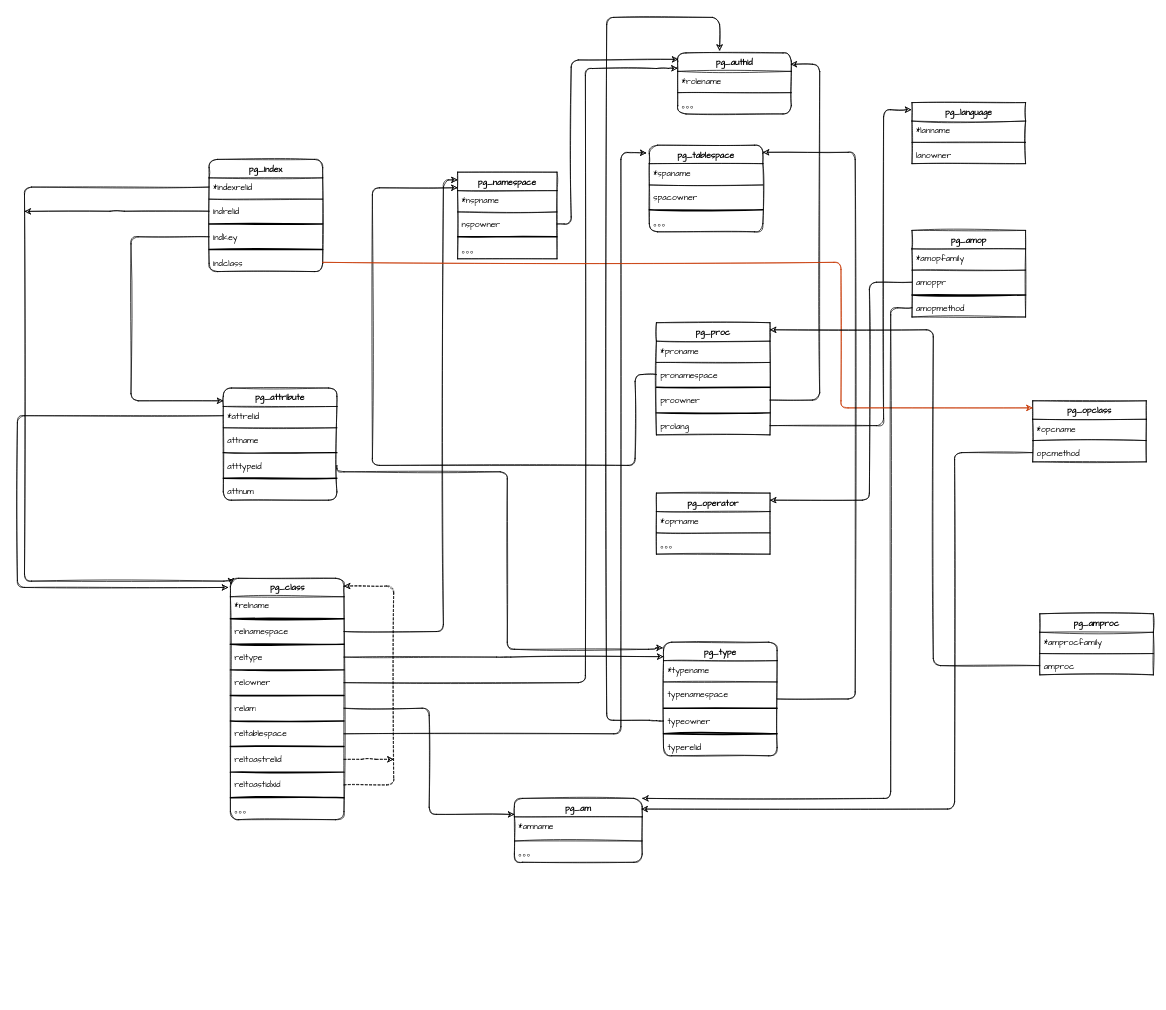
Before: Untitled Diagram.drawio in nullemp/algorithm-visualizer, a draw.io diagram. Source tidied: cells renumbered, new cells numbered last; positions are measured from the earlier drawing's top-left corner, leaving out a move shared by most shapes. Both pictures are drawn from the tidied source at 71%, with x=0, y=0 at pixel (17, 17).
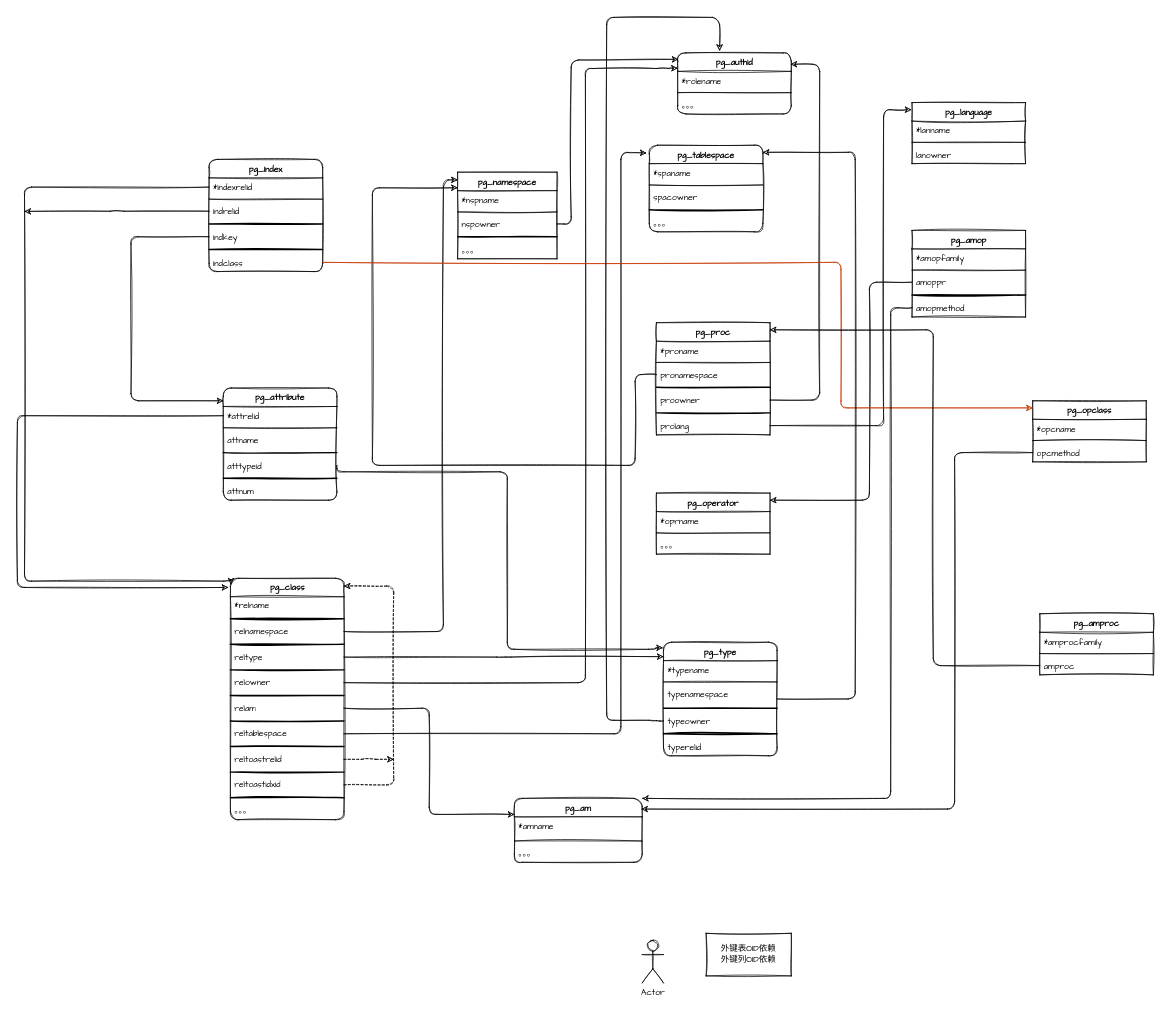
Above is the later version.

The edit, as a diff of the source:
```diff
@@
+    <mxCell id="117" value="Actor" style="shape=umlActor;verticalLabelPosition=bottom;verticalAlign=top;html=1;rounded=0;shadow=0;glass=0;sketch=1;fontFamily=Comic Sans MS;fontSize=12;" parent="1" vertex="1">
+      <mxGeometry x="880" y="1300" width="30" height="60" as="geometry" />
+    </mxCell>
+    <mxCell id="118" value="外键表OID依赖&lt;br&gt;外键列OID依赖" style="whiteSpace=wrap;html=1;rounded=0;shadow=0;glass=0;sketch=1;fontFamily=Comic Sans MS;fontSize=12;" parent="1" vertex="1">
+      <mxGeometry x="970" y="1290" width="120" height="60" as="geometry" />
+    </mxCell>
```
